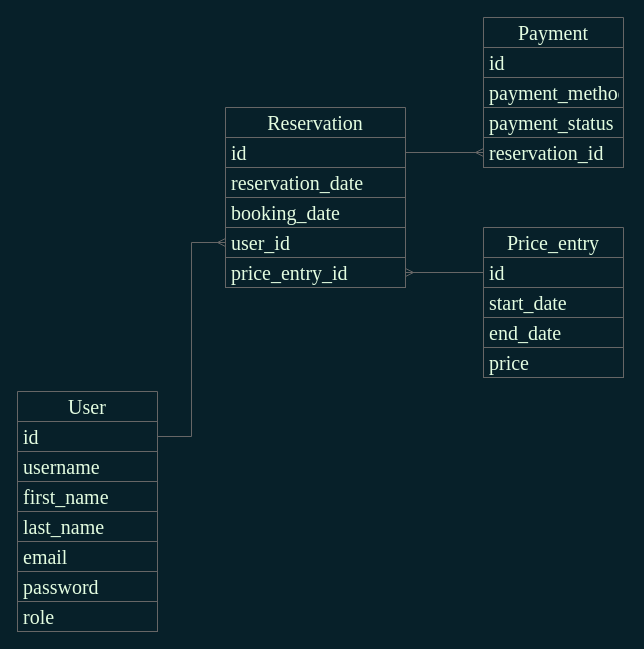
Before: Diagram bez tytułu.drawio in Wojtur28/SzkolenieTechniczne2, a draw.io diagram. Source tidied: cells renumbered, new cells numbered last; positions are measured from the earlier drawing's top-left corner, leaving out a move shared by most shapes. Both pictures are drawn from the tidied source at 100%, with x=0, y=0 at pixel (17, 17).
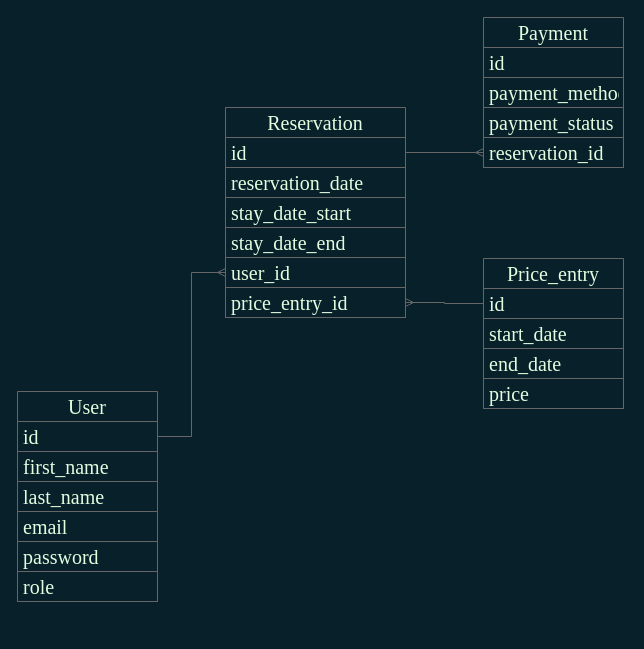
After the change.

Change to the diagram source:
```diff
@@
     <mxCell id="2" value="Reservation" style="swimlane;fontStyle=0;horizontal=1;startSize=30;whiteSpace=wrap;html=1;hachureGap=4;fontFamily=Times New Roman;fontSize=20;fillColor=none;swimlaneLine=1;strokeColor=#666666;fontColor=#E4FDE1;rounded=0;sketch=0;" parent="1" vertex="1">
-      <mxGeometry x="208" y="90" width="180" height="180" as="geometry" />
+      <mxGeometry x="208" y="90" width="180" height="210" as="geometry" />
     </mxCell>
@@
+    <mxCell id="29" value="stay_date_start" style="text;strokeColor=#666666;fillColor=none;align=left;verticalAlign=middle;spacingLeft=4;spacingRight=4;overflow=hidden;whiteSpace=wrap;html=1;fontSize=20;fontFamily=Times New Roman;fontColor=#E4FDE1;rounded=0;sketch=0;" parent="2" vertex="1">
+      <mxGeometry y="90" width="180" height="30" as="geometry" />
+    </mxCell>
-    <mxCell id="5" value="booking_date" style="text;strokeColor=#666666;fillColor=none;align=left;verticalAlign=middle;spacingLeft=4;spacingRight=4;overflow=hidden;whiteSpace=wrap;html=1;fontSize=20;fontFamily=Times New Roman;fontColor=#E4FDE1;rounded=0;sketch=0;" parent="2" vertex="1">
-      <mxGeometry y="90" width="180" height="30" as="geometry" />
+    <mxCell id="5" value="stay_date_end" style="text;strokeColor=#666666;fillColor=none;align=left;verticalAlign=middle;spacingLeft=4;spacingRight=4;overflow=hidden;whiteSpace=wrap;html=1;fontSize=20;fontFamily=Times New Roman;fontColor=#E4FDE1;rounded=0;sketch=0;" parent="2" vertex="1">
+      <mxGeometry y="120" width="180" height="30" as="geometry" />
     </mxCell>
     <mxCell id="6" value="user_id" style="text;strokeColor=#666666;fillColor=none;align=left;verticalAlign=middle;spacingLeft=4;spacingRight=4;overflow=hidden;points=[[0,0.5],[1,0.5]];portConstraint=eastwest;whiteSpace=wrap;html=1;fontSize=20;fontFamily=Times New Roman;fontColor=#E4FDE1;rounded=0;sketch=0;" parent="2" vertex="1">
-      <mxGeometry y="120" width="180" height="30" as="geometry" />
+      <mxGeometry y="150" width="180" height="30" as="geometry" />
     </mxCell>
     <mxCell id="7" value="price_entry_id" style="text;strokeColor=#666666;fillColor=none;align=left;verticalAlign=middle;spacingLeft=4;spacingRight=4;overflow=hidden;points=[[0,0.5],[1,0.5]];portConstraint=eastwest;whiteSpace=wrap;html=1;fontSize=20;fontFamily=Times New Roman;fontColor=#E4FDE1;rounded=0;sketch=0;" parent="2" vertex="1">
-      <mxGeometry y="150" width="180" height="30" as="geometry" />
+      <mxGeometry y="180" width="180" height="30" as="geometry" />
     </mxCell>
     <mxCell id="8" value="Price_entry" style="swimlane;fontStyle=0;horizontal=1;startSize=30;whiteSpace=wrap;html=1;hachureGap=4;fontFamily=Times New Roman;fontSize=20;fillColor=none;swimlaneLine=1;strokeColor=#666666;fontColor=#E4FDE1;rounded=0;sketch=0;" parent="1" vertex="1">
-      <mxGeometry x="466" y="210" width="140" height="150" as="geometry" />
+      <mxGeometry x="466" y="241" width="140" height="150" as="geometry" />
     </mxCell>
@@
     <mxCell id="13" value="User" style="swimlane;fontStyle=0;horizontal=1;startSize=30;whiteSpace=wrap;html=1;hachureGap=4;fontFamily=Times New Roman;fontSize=20;fillColor=none;swimlaneLine=1;strokeColor=#666666;fontColor=#E4FDE1;rounded=0;sketch=0;" parent="1" vertex="1">
-      <mxGeometry y="374" width="140" height="240" as="geometry" />
+      <mxGeometry y="374" width="140" height="210" as="geometry" />
     </mxCell>
@@
-    <mxCell id="15" value="username" style="text;strokeColor=#666666;fillColor=none;align=left;verticalAlign=middle;spacingLeft=4;spacingRight=4;overflow=hidden;whiteSpace=wrap;html=1;fontSize=20;fontFamily=Times New Roman;fontColor=#E4FDE1;rounded=0;sketch=0;" parent="13" vertex="1">
-      <mxGeometry y="60" width="140" height="30" as="geometry" />
-    </mxCell>
     <mxCell id="16" value="first_name" style="text;strokeColor=#666666;fillColor=none;align=left;verticalAlign=middle;spacingLeft=4;spacingRight=4;overflow=hidden;whiteSpace=wrap;html=1;fontSize=20;fontFamily=Times New Roman;fontColor=#E4FDE1;rounded=0;sketch=0;" parent="13" vertex="1">
-      <mxGeometry y="90" width="140" height="30" as="geometry" />
+      <mxGeometry y="60" width="140" height="30" as="geometry" />
     </mxCell>
     <mxCell id="17" value="last_name" style="text;strokeColor=#666666;fillColor=none;align=left;verticalAlign=middle;spacingLeft=4;spacingRight=4;overflow=hidden;whiteSpace=wrap;html=1;fontSize=20;fontFamily=Times New Roman;fontColor=#E4FDE1;rounded=0;sketch=0;" parent="13" vertex="1">
-      <mxGeometry y="120" width="140" height="30" as="geometry" />
+      <mxGeometry y="90" width="140" height="30" as="geometry" />
     </mxCell>
     <mxCell id="18" value="email" style="text;strokeColor=#666666;fillColor=none;align=left;verticalAlign=middle;spacingLeft=4;spacingRight=4;overflow=hidden;whiteSpace=wrap;html=1;fontSize=20;fontFamily=Times New Roman;fontColor=#E4FDE1;rounded=0;sketch=0;" parent="13" vertex="1">
-      <mxGeometry y="150" width="140" height="30" as="geometry" />
+      <mxGeometry y="120" width="140" height="30" as="geometry" />
     </mxCell>
     <mxCell id="19" value="password" style="text;strokeColor=#666666;fillColor=none;align=left;verticalAlign=middle;spacingLeft=4;spacingRight=4;overflow=hidden;whiteSpace=wrap;html=1;fontSize=20;fontFamily=Times New Roman;fontColor=#E4FDE1;rounded=0;sketch=0;" parent="13" vertex="1">
-      <mxGeometry y="180" width="140" height="30" as="geometry" />
+      <mxGeometry y="150" width="140" height="30" as="geometry" />
     </mxCell>
     <mxCell id="20" value="role" style="text;strokeColor=#666666;fillColor=none;align=left;verticalAlign=middle;spacingLeft=4;spacingRight=4;overflow=hidden;whiteSpace=wrap;html=1;fontSize=20;fontFamily=Times New Roman;fontColor=#E4FDE1;rounded=0;sketch=0;" parent="13" vertex="1">
-      <mxGeometry y="210" width="140" height="30" as="geometry" />
+      <mxGeometry y="180" width="140" height="30" as="geometry" />
     </mxCell>
```
